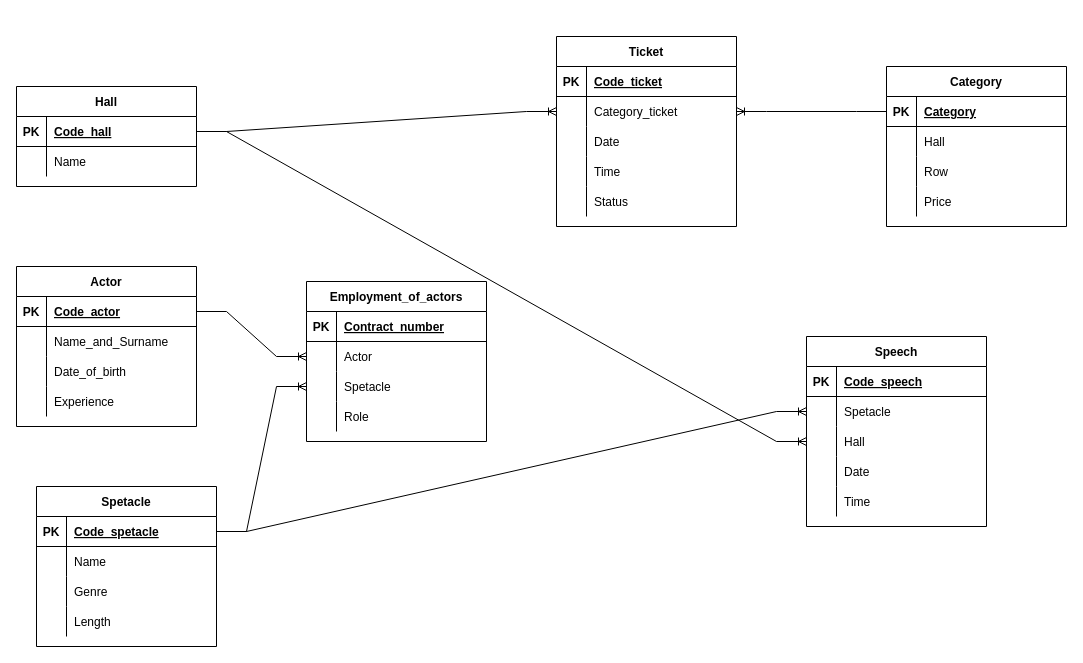
Earlier version of the draw.io diagram page "Страница 1" (1 of 2) of База данных театра.drawio (MakarovIS/Data-base). Source tidied: cells renumbered, new cells numbered last; positions are measured from the earlier drawing's top-left corner, leaving out a move shared by most shapes. Both pictures are drawn from the tidied source at 100%, with x=0, y=0 at pixel (16, 36).
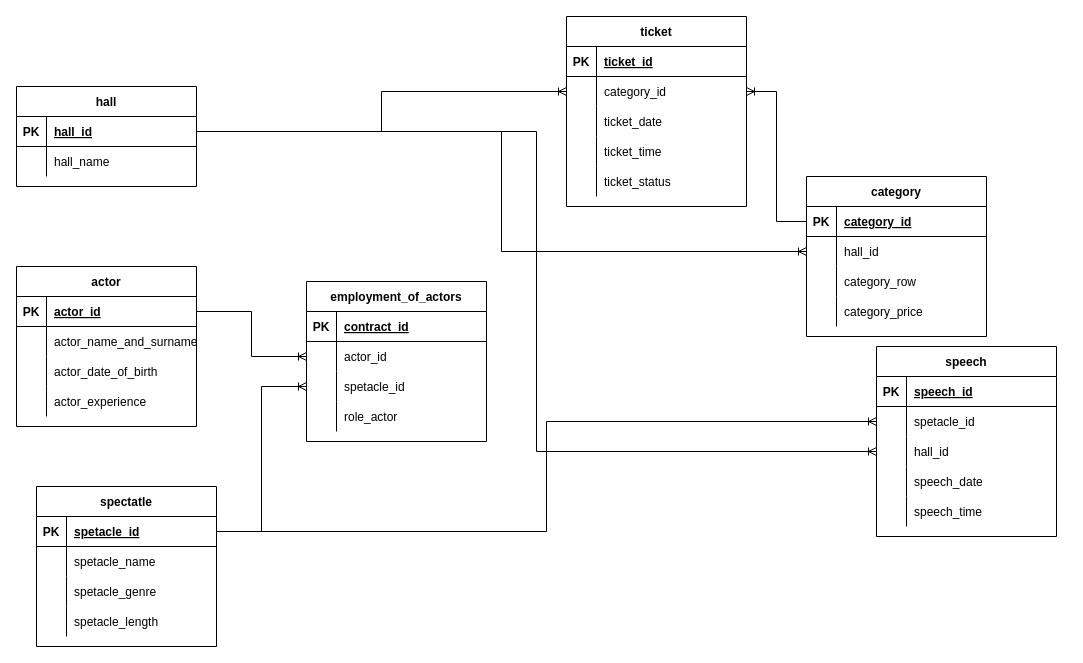
Above is the later version.

The change refers to these unchanged cells:
```xml
<mxCell id="3" style="shape=tableRow;horizontal=0;startSize=0;swimlaneHead=0;swimlaneBody=0;fillColor=none;points=[[0,0.5],[1,0.5]];portConstraint=eastwest;top=0;left=0;right=0;bottom=1;" parent="2" vertex="1">
<mxCell id="6" style="shape=tableRow;horizontal=0;startSize=0;swimlaneHead=0;swimlaneBody=0;fillColor=none;top=0;left=0;right=0;bottom=0;" parent="2" vertex="1">
<mxCell id="9" style="shape=tableRow;horizontal=0;startSize=0;swimlaneHead=0;swimlaneBody=0;fillColor=none;top=0;left=0;right=0;bottom=0;" parent="2" vertex="1">
<mxCell id="12" style="shape=tableRow;horizontal=0;startSize=0;swimlaneHead=0;swimlaneBody=0;fillColor=none;top=0;left=0;right=0;bottom=0;" parent="2" vertex="1">
<mxCell id="16" style="shape=tableRow;horizontal=0;startSize=0;swimlaneHead=0;swimlaneBody=0;fillColor=none;top=0;left=0;right=0;bottom=1;" parent="15" vertex="1">
<mxCell id="19" style="shape=tableRow;horizontal=0;startSize=0;swimlaneHead=0;swimlaneBody=0;fillColor=none;points=[[0,0.5],[1,0.5]];portConstraint=eastwest;top=0;left=0;right=0;bottom=0;" parent="15" vertex="1">
<mxCell id="22" style="shape=tableRow;horizontal=0;startSize=0;swimlaneHead=0;swimlaneBody=0;fillColor=none;points=[[0,0.5],[1,0.5]];portConstraint=eastwest;top=0;left=0;right=0;bottom=0;" parent="15" vertex="1">
<mxCell id="25" style="shape=tableRow;horizontal=0;startSize=0;swimlaneHead=0;swimlaneBody=0;fillColor=none;top=0;left=0;right=0;bottom=0;" parent="15" vertex="1">
<mxCell id="29" style="shape=tableRow;horizontal=0;startSize=0;swimlaneHead=0;swimlaneBody=0;fillColor=none;points=[[0,0.5],[1,0.5]];portConstraint=eastwest;top=0;left=0;right=0;bottom=1;" parent="28" vertex="1">
<mxCell id="32" style="shape=tableRow;horizontal=0;startSize=0;swimlaneHead=0;swimlaneBody=0;fillColor=none;top=0;left=0;right=0;bottom=0;" parent="28" vertex="1">
<mxCell id="35" style="shape=tableRow;horizontal=0;startSize=0;swimlaneHead=0;swimlaneBody=0;fillColor=none;top=0;left=0;right=0;bottom=0;" parent="28" vertex="1">
<mxCell id="38" style="shape=tableRow;horizontal=0;startSize=0;swimlaneHead=0;swimlaneBody=0;fillColor=none;top=0;left=0;right=0;bottom=0;" parent="28" vertex="1">
<mxCell id="42" style="shape=tableRow;horizontal=0;startSize=0;swimlaneHead=0;swimlaneBody=0;fillColor=none;top=0;left=0;right=0;bottom=1;" parent="41" vertex="1">
<mxCell id="45" style="shape=tableRow;horizontal=0;startSize=0;swimlaneHead=0;swimlaneBody=0;fillColor=none;points=[[0,0.5],[1,0.5]];portConstraint=eastwest;top=0;left=0;right=0;bottom=0;" parent="41" vertex="1">
<mxCell id="48" style="shape=tableRow;horizontal=0;startSize=0;swimlaneHead=0;swimlaneBody=0;fillColor=none;top=0;left=0;right=0;bottom=0;" parent="41" vertex="1">
<mxCell id="51" style="shape=tableRow;horizontal=0;startSize=0;swimlaneHead=0;swimlaneBody=0;fillColor=none;top=0;left=0;right=0;bottom=0;" parent="41" vertex="1">
<mxCell id="54" style="shape=tableRow;horizontal=0;startSize=0;swimlaneHead=0;swimlaneBody=0;fillColor=none;top=0;left=0;right=0;bottom=0;" parent="41" vertex="1">
<mxCell id="58" style="shape=tableRow;horizontal=0;startSize=0;swimlaneHead=0;swimlaneBody=0;fillColor=none;points=[[0,0.5],[1,0.5]];portConstraint=eastwest;top=0;left=0;right=0;bottom=1;" parent="57" vertex="1">
<mxCell id="61" style="shape=tableRow;horizontal=0;startSize=0;swimlaneHead=0;swimlaneBody=0;fillColor=none;top=0;left=0;right=0;bottom=0;" parent="57" vertex="1">
<mxCell id="68" style="shape=tableRow;horizontal=0;startSize=0;swimlaneHead=0;swimlaneBody=0;fillColor=none;points=[[0,0.5],[1,0.5]];portConstraint=eastwest;top=0;left=0;right=0;bottom=1;" parent="67" vertex="1">
<mxCell id="71" style="shape=tableRow;horizontal=0;startSize=0;swimlaneHead=0;swimlaneBody=0;fillColor=none;points=[[0,0.5],[1,0.5]];portConstraint=eastwest;top=0;left=0;right=0;bottom=0;" parent="67" vertex="1">
<mxCell id="74" style="shape=tableRow;horizontal=0;startSize=0;swimlaneHead=0;swimlaneBody=0;fillColor=none;top=0;left=0;right=0;bottom=0;" parent="67" vertex="1">
<mxCell id="77" style="shape=tableRow;horizontal=0;startSize=0;swimlaneHead=0;swimlaneBody=0;fillColor=none;top=0;left=0;right=0;bottom=0;" parent="67" vertex="1">
<mxCell id="82" style="shape=tableRow;horizontal=0;startSize=0;swimlaneHead=0;swimlaneBody=0;fillColor=none;top=0;left=0;right=0;bottom=1;" parent="81" vertex="1">
<mxCell id="85" style="shape=tableRow;horizontal=0;startSize=0;swimlaneHead=0;swimlaneBody=0;fillColor=none;points=[[0,0.5],[1,0.5]];portConstraint=eastwest;top=0;left=0;right=0;bottom=0;" parent="81" vertex="1">
<mxCell id="88" style="shape=tableRow;horizontal=0;startSize=0;swimlaneHead=0;swimlaneBody=0;fillColor=none;points=[[0,0.5],[1,0.5]];portConstraint=eastwest;top=0;left=0;right=0;bottom=0;" parent="81" vertex="1">
<mxCell id="91" style="shape=tableRow;horizontal=0;startSize=0;swimlaneHead=0;swimlaneBody=0;fillColor=none;top=0;left=0;right=0;bottom=0;" parent="81" vertex="1">
<mxCell id="94" style="shape=tableRow;horizontal=0;startSize=0;swimlaneHead=0;swimlaneBody=0;fillColor=none;top=0;left=0;right=0;bottom=0;" parent="81" vertex="1">
```

The edit, as a diff of the source:
```diff
@@
-    <mxCell id="2" value="Actor" style="shape=table;startSize=30;childLayout=tableLayout;rowLines=0;fontStyle=1;align=center;" parent="1" vertex="1">
+    <mxCell id="2" value="actor" style="shape=table;startSize=30;childLayout=tableLayout;rowLines=0;fontStyle=1;align=center;" parent="1" vertex="1">
       <mxGeometry y="230" width="180" height="160" as="geometry" />
     </mxCell>
@@
-    <mxCell id="5" value="Code_actor" style="shape=partialRectangle;fillColor=none;top=0;left=0;bottom=0;right=0;align=left;spacingLeft=6;fontStyle=5;overflow=hidden;" parent="3" vertex="1">
+    <mxCell id="5" value="actor_id" style="shape=partialRectangle;fillColor=none;top=0;left=0;bottom=0;right=0;align=left;spacingLeft=6;fontStyle=5;overflow=hidden;" parent="3" vertex="1">
       <mxGeometry x="30" width="150" height="30" as="geometry" />
     </mxCell>
@@
-    <mxCell id="8" value="Name_and_Surname" style="shape=partialRectangle;fillColor=none;top=0;left=0;bottom=0;right=0;align=left;spacingLeft=6;overflow=hidden;" parent="6" vertex="1">
+    <mxCell id="8" value="actor_name_and_surname" style="shape=partialRectangle;fillColor=none;top=0;left=0;bottom=0;right=0;align=left;spacingLeft=6;overflow=hidden;" parent="6" vertex="1">
       <mxGeometry x="30" width="150" height="30" as="geometry" />
     </mxCell>
@@
-    <mxCell id="11" value="Date_of_birth" style="shape=partialRectangle;fillColor=none;top=0;left=0;bottom=0;right=0;align=left;spacingLeft=6;overflow=hidden;" parent="9" vertex="1">
+    <mxCell id="11" value="actor_date_of_birth" style="shape=partialRectangle;fillColor=none;top=0;left=0;bottom=0;right=0;align=left;spacingLeft=6;overflow=hidden;" parent="9" vertex="1">
       <mxGeometry x="30" width="150" height="30" as="geometry" />
     </mxCell>
@@
-    <mxCell id="14" value="Experience" style="shape=partialRectangle;fillColor=none;top=0;left=0;bottom=0;right=0;align=left;spacingLeft=6;overflow=hidden;" parent="12" vertex="1">
+    <mxCell id="14" value="actor_experience" style="shape=partialRectangle;fillColor=none;top=0;left=0;bottom=0;right=0;align=left;spacingLeft=6;overflow=hidden;" parent="12" vertex="1">
       <mxGeometry x="30" width="150" height="30" as="geometry" />
     </mxCell>
-    <mxCell id="15" value="Employment_of_actors" style="shape=table;startSize=30;childLayout=tableLayout;rowLines=0;fontStyle=1;align=center;" parent="1" vertex="1">
+    <mxCell id="15" value="employment_of_actors" style="shape=table;startSize=30;childLayout=tableLayout;rowLines=0;fontStyle=1;align=center;" parent="1" vertex="1">
       <mxGeometry x="290" y="245" width="180" height="160" as="geometry" />
     </mxCell>
@@
-    <mxCell id="18" value="Contract_number" style="shape=partialRectangle;fillColor=none;top=0;left=0;bottom=0;right=0;align=left;spacingLeft=6;fontStyle=5;overflow=hidden;" parent="16" vertex="1">
+    <mxCell id="18" value="contract_id" style="shape=partialRectangle;fillColor=none;top=0;left=0;bottom=0;right=0;align=left;spacingLeft=6;fontStyle=5;overflow=hidden;" parent="16" vertex="1">
       <mxGeometry x="30" width="150" height="30" as="geometry" />
     </mxCell>
@@
-    <mxCell id="21" value="Actor" style="shape=partialRectangle;fillColor=none;top=0;left=0;bottom=0;right=0;align=left;spacingLeft=6;overflow=hidden;" parent="19" vertex="1">
+    <mxCell id="21" value="actor_id" style="shape=partialRectangle;fillColor=none;top=0;left=0;bottom=0;right=0;align=left;spacingLeft=6;overflow=hidden;" parent="19" vertex="1">
       <mxGeometry x="30" width="150" height="30" as="geometry" />
     </mxCell>
@@
-    <mxCell id="24" value="Spetacle" style="shape=partialRectangle;fillColor=none;top=0;left=0;bottom=0;right=0;align=left;spacingLeft=6;overflow=hidden;" parent="22" vertex="1">
+    <mxCell id="24" value="spetacle_id" style="shape=partialRectangle;fillColor=none;top=0;left=0;bottom=0;right=0;align=left;spacingLeft=6;overflow=hidden;" parent="22" vertex="1">
       <mxGeometry x="30" width="150" height="30" as="geometry" />
     </mxCell>
@@
-    <mxCell id="27" value="Role" style="shape=partialRectangle;fillColor=none;top=0;left=0;bottom=0;right=0;align=left;spacingLeft=6;overflow=hidden;" parent="25" vertex="1">
+    <mxCell id="27" value="role_actor" style="shape=partialRectangle;fillColor=none;top=0;left=0;bottom=0;right=0;align=left;spacingLeft=6;overflow=hidden;" parent="25" vertex="1">
       <mxGeometry x="30" width="150" height="30" as="geometry" />
     </mxCell>
-    <mxCell id="28" value="Spetacle" style="shape=table;startSize=30;childLayout=tableLayout;rowLines=0;fontStyle=1;align=center;" parent="1" vertex="1">
+    <mxCell id="28" value="spectatle" style="shape=table;startSize=30;childLayout=tableLayout;rowLines=0;fontStyle=1;align=center;" parent="1" vertex="1">
       <mxGeometry x="20" y="450" width="180" height="160" as="geometry" />
     </mxCell>
@@
-    <mxCell id="31" value="Code_spetacle" style="shape=partialRectangle;fillColor=none;top=0;left=0;bottom=0;right=0;align=left;spacingLeft=6;fontStyle=5;overflow=hidden;" parent="29" vertex="1">
+    <mxCell id="31" value="spetacle_id" style="shape=partialRectangle;fillColor=none;top=0;left=0;bottom=0;right=0;align=left;spacingLeft=6;fontStyle=5;overflow=hidden;" parent="29" vertex="1">
       <mxGeometry x="30" width="150" height="30" as="geometry" />
     </mxCell>
@@
-    <mxCell id="34" value="Name" style="shape=partialRectangle;fillColor=none;top=0;left=0;bottom=0;right=0;align=left;spacingLeft=6;overflow=hidden;" parent="32" vertex="1">
+    <mxCell id="34" value="spetacle_name" style="shape=partialRectangle;fillColor=none;top=0;left=0;bottom=0;right=0;align=left;spacingLeft=6;overflow=hidden;" parent="32" vertex="1">
       <mxGeometry x="30" width="150" height="30" as="geometry" />
     </mxCell>
@@
-    <mxCell id="37" value="Genre" style="shape=partialRectangle;fillColor=none;top=0;left=0;bottom=0;right=0;align=left;spacingLeft=6;overflow=hidden;" parent="35" vertex="1">
+    <mxCell id="37" value="spetacle_genre" style="shape=partialRectangle;fillColor=none;top=0;left=0;bottom=0;right=0;align=left;spacingLeft=6;overflow=hidden;" parent="35" vertex="1">
       <mxGeometry x="30" width="150" height="30" as="geometry" />
     </mxCell>
@@
-    <mxCell id="40" value="Length" style="shape=partialRectangle;fillColor=none;top=0;left=0;bottom=0;right=0;align=left;spacingLeft=6;overflow=hidden;" parent="38" vertex="1">
+    <mxCell id="40" value="spetacle_length" style="shape=partialRectangle;fillColor=none;top=0;left=0;bottom=0;right=0;align=left;spacingLeft=6;overflow=hidden;" parent="38" vertex="1">
       <mxGeometry x="30" width="150" height="30" as="geometry" />
     </mxCell>
-    <mxCell id="41" value="Ticket" style="shape=table;startSize=30;childLayout=tableLayout;rowLines=0;fontStyle=1;align=center;" parent="1" vertex="1">
-      <mxGeometry x="540" width="180" height="190" as="geometry" />
+    <mxCell id="41" value="ticket" style="shape=table;startSize=30;childLayout=tableLayout;rowLines=0;fontStyle=1;align=center;" parent="1" vertex="1">
+      <mxGeometry x="550" y="-20" width="180" height="190" as="geometry" />
     </mxCell>
@@
-    <mxCell id="44" value="Code_ticket" style="shape=partialRectangle;fillColor=none;top=0;left=0;bottom=0;right=0;align=left;spacingLeft=6;fontStyle=5;overflow=hidden;" parent="42" vertex="1">
+    <mxCell id="44" value="ticket_id" style="shape=partialRectangle;fillColor=none;top=0;left=0;bottom=0;right=0;align=left;spacingLeft=6;fontStyle=5;overflow=hidden;" parent="42" vertex="1">
       <mxGeometry x="30" width="150" height="30" as="geometry" />
     </mxCell>
@@
-    <mxCell id="47" value="Category_ticket" style="shape=partialRectangle;fillColor=none;top=0;left=0;bottom=0;right=0;align=left;spacingLeft=6;overflow=hidden;" parent="45" vertex="1">
+    <mxCell id="47" value="category_id" style="shape=partialRectangle;fillColor=none;top=0;left=0;bottom=0;right=0;align=left;spacingLeft=6;overflow=hidden;" parent="45" vertex="1">
       <mxGeometry x="30" width="150" height="30" as="geometry" />
     </mxCell>
@@
-    <mxCell id="50" value="Date" style="shape=partialRectangle;fillColor=none;top=0;left=0;bottom=0;right=0;align=left;spacingLeft=6;overflow=hidden;" parent="48" vertex="1">
+    <mxCell id="50" value="ticket_date" style="shape=partialRectangle;fillColor=none;top=0;left=0;bottom=0;right=0;align=left;spacingLeft=6;overflow=hidden;" parent="48" vertex="1">
       <mxGeometry x="30" width="150" height="30" as="geometry" />
     </mxCell>
@@
-    <mxCell id="53" value="Time" style="shape=partialRectangle;fillColor=none;top=0;left=0;bottom=0;right=0;align=left;spacingLeft=6;overflow=hidden;" parent="51" vertex="1">
+    <mxCell id="53" value="ticket_time" style="shape=partialRectangle;fillColor=none;top=0;left=0;bottom=0;right=0;align=left;spacingLeft=6;overflow=hidden;" parent="51" vertex="1">
       <mxGeometry x="30" width="150" height="30" as="geometry" />
     </mxCell>
@@
-    <mxCell id="56" value="Status" style="shape=partialRectangle;fillColor=none;top=0;left=0;bottom=0;right=0;align=left;spacingLeft=6;overflow=hidden;" parent="54" vertex="1">
+    <mxCell id="56" value="ticket_status" style="shape=partialRectangle;fillColor=none;top=0;left=0;bottom=0;right=0;align=left;spacingLeft=6;overflow=hidden;" parent="54" vertex="1">
       <mxGeometry x="30" width="150" height="30" as="geometry" />
     </mxCell>
-    <mxCell id="57" value="Hall" style="shape=table;startSize=30;childLayout=tableLayout;rowLines=0;fontStyle=1;align=center;" parent="1" vertex="1">
+    <mxCell id="57" value="hall" style="shape=table;startSize=30;childLayout=tableLayout;rowLines=0;fontStyle=1;align=center;" parent="1" vertex="1">
       <mxGeometry y="50" width="180" height="100" as="geometry" />
     </mxCell>
@@
-    <mxCell id="60" value="Code_hall" style="shape=partialRectangle;fillColor=none;top=0;left=0;bottom=0;right=0;align=left;spacingLeft=6;fontStyle=5;overflow=hidden;" parent="58" vertex="1">
+    <mxCell id="60" value="hall_id" style="shape=partialRectangle;fillColor=none;top=0;left=0;bottom=0;right=0;align=left;spacingLeft=6;fontStyle=5;overflow=hidden;" parent="58" vertex="1">
       <mxGeometry x="30" width="150" height="30" as="geometry" />
     </mxCell>
@@
-    <mxCell id="63" value="Name" style="shape=partialRectangle;fillColor=none;top=0;left=0;bottom=0;right=0;align=left;spacingLeft=6;overflow=hidden;" parent="61" vertex="1">
+    <mxCell id="63" value="hall_name" style="shape=partialRectangle;fillColor=none;top=0;left=0;bottom=0;right=0;align=left;spacingLeft=6;overflow=hidden;" parent="61" vertex="1">
       <mxGeometry x="30" width="150" height="30" as="geometry" />
     </mxCell>
-    <mxCell id="64" style="edgeStyle=entityRelationEdgeStyle;fontSize=12;html=1;endArrow=ERoneToMany;rounded=0;exitX=1;exitY=0.5;exitDx=0;exitDy=0;entryX=0;entryY=0.5;entryDx=0;entryDy=0;" parent="1" edge="1" source="58" target="45">
+    <mxCell id="64" style="edgeStyle=orthogonalEdgeStyle;fontSize=12;html=1;endArrow=ERoneToMany;rounded=0;exitX=1;exitY=0.5;exitDx=0;exitDy=0;entryX=0;entryY=0.5;entryDx=0;entryDy=0;" parent="1" edge="1" source="58" target="45">
       <mxGeometry relative="1" as="geometry" />
     </mxCell>
-    <mxCell id="65" style="edgeStyle=entityRelationEdgeStyle;fontSize=12;html=1;endArrow=ERoneToMany;rounded=0;exitX=1;exitY=0.5;exitDx=0;exitDy=0;entryX=0;entryY=0.5;entryDx=0;entryDy=0;" parent="1" edge="1" source="3" target="19">
+    <mxCell id="65" style="edgeStyle=orthogonalEdgeStyle;fontSize=12;html=1;endArrow=ERoneToMany;rounded=0;exitX=1;exitY=0.5;exitDx=0;exitDy=0;entryX=0;entryY=0.5;entryDx=0;entryDy=0;" parent="1" edge="1" source="3" target="19">
       <mxGeometry relative="1" as="geometry" />
     </mxCell>
-    <mxCell id="66" style="edgeStyle=entityRelationEdgeStyle;fontSize=12;html=1;endArrow=ERoneToMany;rounded=0;exitX=1;exitY=0.5;exitDx=0;exitDy=0;entryX=0;entryY=0.5;entryDx=0;entryDy=0;" parent="1" edge="1" source="58" target="88">
+    <mxCell id="66" style="edgeStyle=orthogonalEdgeStyle;fontSize=12;html=1;endArrow=ERoneToMany;rounded=0;exitX=1;exitY=0.5;exitDx=0;exitDy=0;entryX=0;entryY=0.5;entryDx=0;entryDy=0;" parent="1" edge="1" source="58" target="88">
       <mxGeometry relative="1" as="geometry" />
     </mxCell>
-    <mxCell id="67" value="Category" style="shape=table;startSize=30;childLayout=tableLayout;rowLines=0;fontStyle=1;align=center;" parent="1" vertex="1">
-      <mxGeometry x="870" y="30" width="180" height="160" as="geometry" />
+    <mxCell id="67" value="category" style="shape=table;startSize=30;childLayout=tableLayout;rowLines=0;fontStyle=1;align=center;" parent="1" vertex="1">
+      <mxGeometry x="790" y="140" width="180" height="160" as="geometry" />
     </mxCell>
@@
-    <mxCell id="70" value="Category" style="shape=partialRectangle;fillColor=none;top=0;left=0;bottom=0;right=0;align=left;spacingLeft=6;fontStyle=5;overflow=hidden;" parent="68" vertex="1">
+    <mxCell id="70" value="category_id" style="shape=partialRectangle;fillColor=none;top=0;left=0;bottom=0;right=0;align=left;spacingLeft=6;fontStyle=5;overflow=hidden;" parent="68" vertex="1">
       <mxGeometry x="30" width="150" height="30" as="geometry" />
     </mxCell>
@@
-    <mxCell id="73" value="Hall" style="shape=partialRectangle;fillColor=none;top=0;left=0;bottom=0;right=0;align=left;spacingLeft=6;overflow=hidden;" parent="71" vertex="1">
+    <mxCell id="73" value="hall_id" style="shape=partialRectangle;fillColor=none;top=0;left=0;bottom=0;right=0;align=left;spacingLeft=6;overflow=hidden;" parent="71" vertex="1">
       <mxGeometry x="30" width="150" height="30" as="geometry" />
     </mxCell>
@@
-    <mxCell id="76" value="Row" style="shape=partialRectangle;fillColor=none;top=0;left=0;bottom=0;right=0;align=left;spacingLeft=6;overflow=hidden;" parent="74" vertex="1">
+    <mxCell id="76" value="category_row" style="shape=partialRectangle;fillColor=none;top=0;left=0;bottom=0;right=0;align=left;spacingLeft=6;overflow=hidden;" parent="74" vertex="1">
       <mxGeometry x="30" width="150" height="30" as="geometry" />
     </mxCell>
@@
-    <mxCell id="79" value="Price" style="shape=partialRectangle;fillColor=none;top=0;left=0;bottom=0;right=0;align=left;spacingLeft=6;overflow=hidden;" parent="77" vertex="1">
+    <mxCell id="79" value="category_price" style="shape=partialRectangle;fillColor=none;top=0;left=0;bottom=0;right=0;align=left;spacingLeft=6;overflow=hidden;" parent="77" vertex="1">
       <mxGeometry x="30" width="150" height="30" as="geometry" />
     </mxCell>
@@
-    <mxCell id="81" value="Speech" style="shape=table;startSize=30;childLayout=tableLayout;rowLines=0;fontStyle=1;align=center;" parent="1" vertex="1">
-      <mxGeometry x="790" y="300" width="180" height="190" as="geometry" />
+    <mxCell id="81" value="speech" style="shape=table;startSize=30;childLayout=tableLayout;rowLines=0;fontStyle=1;align=center;" parent="1" vertex="1">
+      <mxGeometry x="860" y="310" width="180" height="190" as="geometry" />
     </mxCell>
@@
-    <mxCell id="84" value="Code_speech" style="shape=partialRectangle;fillColor=none;top=0;left=0;bottom=0;right=0;align=left;spacingLeft=6;fontStyle=5;overflow=hidden;" parent="82" vertex="1">
+    <mxCell id="84" value="speech_id" style="shape=partialRectangle;fillColor=none;top=0;left=0;bottom=0;right=0;align=left;spacingLeft=6;fontStyle=5;overflow=hidden;" parent="82" vertex="1">
       <mxGeometry x="30" width="150" height="30" as="geometry" />
     </mxCell>
@@
-    <mxCell id="87" value="Spetacle" style="shape=partialRectangle;fillColor=none;top=0;left=0;bottom=0;right=0;align=left;spacingLeft=6;overflow=hidden;" parent="85" vertex="1">
+    <mxCell id="87" value="spetacle_id" style="shape=partialRectangle;fillColor=none;top=0;left=0;bottom=0;right=0;align=left;spacingLeft=6;overflow=hidden;" parent="85" vertex="1">
       <mxGeometry x="30" width="150" height="30" as="geometry" />
     </mxCell>
@@
-    <mxCell id="90" value="Hall" style="shape=partialRectangle;fillColor=none;top=0;left=0;bottom=0;right=0;align=left;spacingLeft=6;overflow=hidden;" parent="88" vertex="1">
+    <mxCell id="90" value="hall_id" style="shape=partialRectangle;fillColor=none;top=0;left=0;bottom=0;right=0;align=left;spacingLeft=6;overflow=hidden;" parent="88" vertex="1">
       <mxGeometry x="30" width="150" height="30" as="geometry" />
     </mxCell>
@@
-    <mxCell id="93" value="Date" style="shape=partialRectangle;fillColor=none;top=0;left=0;bottom=0;right=0;align=left;spacingLeft=6;overflow=hidden;" parent="91" vertex="1">
+    <mxCell id="93" value="speech_date" style="shape=partialRectangle;fillColor=none;top=0;left=0;bottom=0;right=0;align=left;spacingLeft=6;overflow=hidden;" parent="91" vertex="1">
       <mxGeometry x="30" width="150" height="30" as="geometry" />
     </mxCell>
@@
-    <mxCell id="96" value="Time" style="shape=partialRectangle;fillColor=none;top=0;left=0;bottom=0;right=0;align=left;spacingLeft=6;overflow=hidden;" parent="94" vertex="1">
+    <mxCell id="96" value="speech_time" style="shape=partialRectangle;fillColor=none;top=0;left=0;bottom=0;right=0;align=left;spacingLeft=6;overflow=hidden;" parent="94" vertex="1">
       <mxGeometry x="30" width="150" height="30" as="geometry" />
     </mxCell>
-    <mxCell id="97" style="edgeStyle=entityRelationEdgeStyle;fontSize=12;html=1;endArrow=ERoneToMany;rounded=0;exitX=1;exitY=0.5;exitDx=0;exitDy=0;entryX=0;entryY=0.5;entryDx=0;entryDy=0;" parent="1" edge="1" source="29" target="85">
+    <mxCell id="97" style="edgeStyle=orthogonalEdgeStyle;fontSize=12;html=1;endArrow=ERoneToMany;rounded=0;exitX=1;exitY=0.5;exitDx=0;exitDy=0;entryX=0;entryY=0.5;entryDx=0;entryDy=0;" parent="1" edge="1" source="29" target="85">
       <mxGeometry relative="1" as="geometry" />
     </mxCell>
-    <mxCell id="98" style="edgeStyle=entityRelationEdgeStyle;fontSize=12;html=1;endArrow=ERoneToMany;rounded=0;entryX=0;entryY=0.5;entryDx=0;entryDy=0;" parent="1" edge="1" source="29" target="22">
+    <mxCell id="98" style="edgeStyle=orthogonalEdgeStyle;fontSize=12;html=1;endArrow=ERoneToMany;rounded=0;entryX=0;entryY=0.5;entryDx=0;entryDy=0;" parent="1" edge="1" source="29" target="22">
       <mxGeometry relative="1" as="geometry" />
     </mxCell>
+    <mxCell id="99" style="edgeStyle=orthogonalEdgeStyle;fontSize=12;html=1;endArrow=ERoneToMany;rounded=0;exitX=1;exitY=0.5;exitDx=0;exitDy=0;entryX=0;entryY=0.5;entryDx=0;entryDy=0;" parent="1" edge="1" source="58" target="71">
+      <mxGeometry relative="1" as="geometry" />
+    </mxCell>
```
